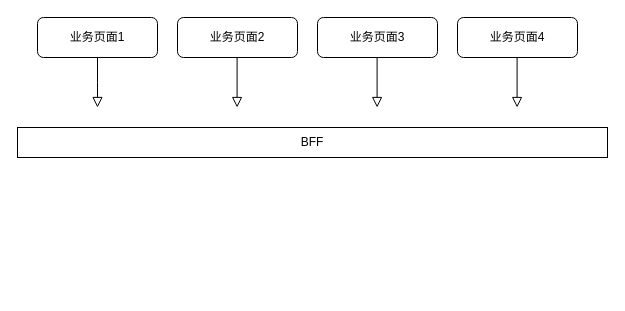
Above: 未命名绘图.drawio in Alvabill/drawio (draw.io), before the change. Source tidied: cells renumbered, new cells numbered last; positions are measured from the earlier drawing's top-left corner, leaving out a move shared by most shapes. Both pictures are drawn from the tidied source at 100%, with x=0, y=0 at pixel (17, 17).
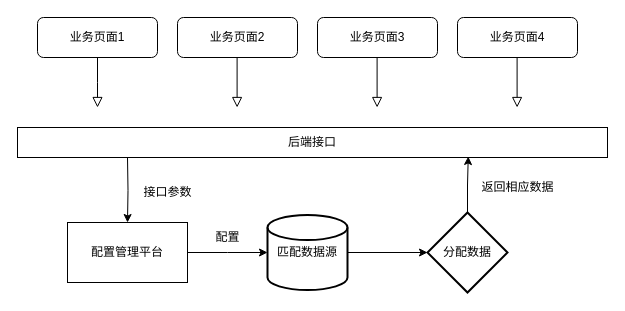
After the change.

The edit, as a diff of the source:
```diff
@@
+    <mxCell id="11" style="edgeStyle=orthogonalEdgeStyle;rounded=0;jettySize=auto;html=1;" parent="1" edge="1" target="13">
+      <mxGeometry relative="1" as="geometry">
+        <mxPoint x="110" y="140" as="sourcePoint" />
+      </mxGeometry>
+    </mxCell>
-    <mxCell id="10" value="BFF" style="rounded=0;whiteSpace=wrap;html=1;" parent="1" vertex="1">
+    <mxCell id="10" value="后端接口" style="rounded=0;whiteSpace=wrap;html=1;" parent="1" vertex="1">
       <mxGeometry y="110" width="590" height="30" as="geometry" />
     </mxCell>
+    <mxCell id="12" style="edgeStyle=orthogonalEdgeStyle;rounded=0;jettySize=auto;html=1;" parent="1" edge="1" source="13">
+      <mxGeometry relative="1" as="geometry">
+        <mxPoint x="250" y="235" as="targetPoint" />
+      </mxGeometry>
+    </mxCell>
+    <mxCell id="13" value="配置管理平台" style="whiteSpace=wrap;html=1;rounded=0;" parent="1" vertex="1">
+      <mxGeometry x="50" y="205" width="120" height="60" as="geometry" />
+    </mxCell>
+    <mxCell id="14" value="接口参数" style="text;html=1;align=center;verticalAlign=middle;strokeColor=none;fillColor=none;" parent="1" vertex="1">
+      <mxGeometry x="115" y="160" width="70" height="30" as="geometry" />
+    </mxCell>
+    <mxCell id="15" style="edgeStyle=orthogonalEdgeStyle;rounded=0;jettySize=auto;html=1;" parent="1" edge="1" source="16" target="19">
+      <mxGeometry relative="1" as="geometry" />
+    </mxCell>
+    <mxCell id="16" value="匹配数据源" style="strokeWidth=2;html=1;shape=mxgraph.flowchart.database;whiteSpace=wrap;" parent="1" vertex="1">
+      <mxGeometry x="250" y="197.5" width="80" height="75" as="geometry" />
+    </mxCell>
+    <mxCell id="17" value="配置" style="text;html=1;align=center;verticalAlign=middle;strokeColor=none;fillColor=none;" parent="1" vertex="1">
+      <mxGeometry x="185" y="205" width="50" height="30" as="geometry" />
+    </mxCell>
+    <mxCell id="18" style="edgeStyle=orthogonalEdgeStyle;rounded=0;jettySize=auto;html=1;exitX=0.5;exitY=0;exitDx=0;exitDy=0;entryX=0.764;entryY=0.967;entryDx=0;entryDy=0;entryPerimeter=0;" parent="1" edge="1" source="19" target="10">
+      <mxGeometry relative="1" as="geometry" />
+    </mxCell>
+    <mxCell id="19" value="分配数据" style="rhombus;whiteSpace=wrap;html=1;strokeWidth=2;" parent="1" vertex="1">
+      <mxGeometry x="410" y="195" width="80" height="80" as="geometry" />
+    </mxCell>
+    <mxCell id="20" value="返回相应数据" style="text;html=1;align=center;verticalAlign=middle;strokeColor=none;fillColor=none;" parent="1" vertex="1">
+      <mxGeometry x="450" y="155" width="100" height="30" as="geometry" />
+    </mxCell>
```
